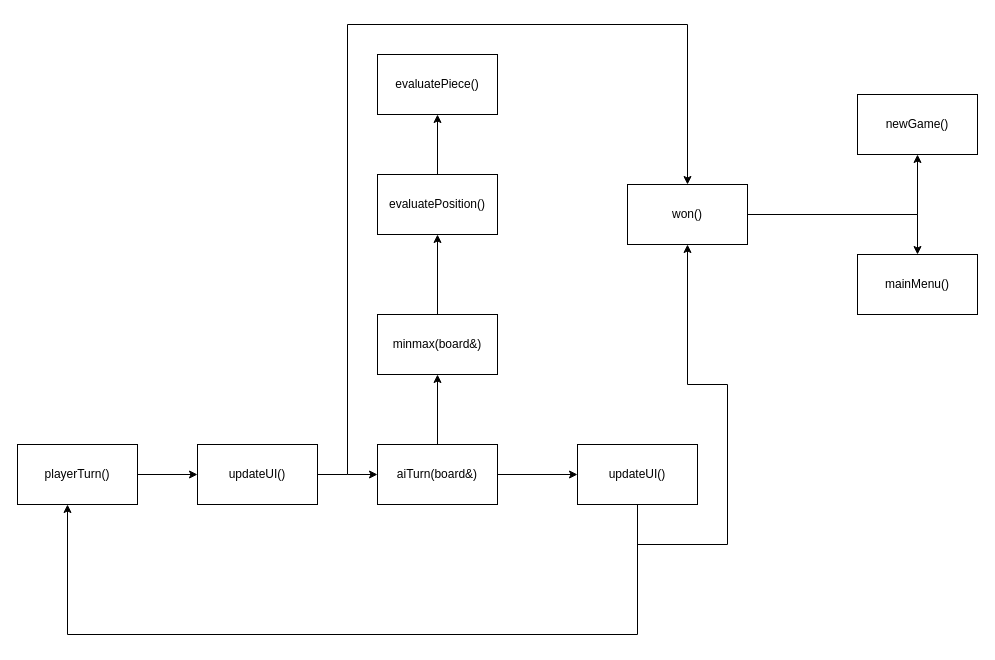
Before: proiect.drawio in Aersuy/Calculator, a draw.io diagram. Source tidied: cells renumbered, new cells numbered last; positions are measured from the earlier drawing's top-left corner, leaving out a move shared by most shapes. Both pictures are drawn from the tidied source at 100%, with x=0, y=0 at pixel (17, 24).
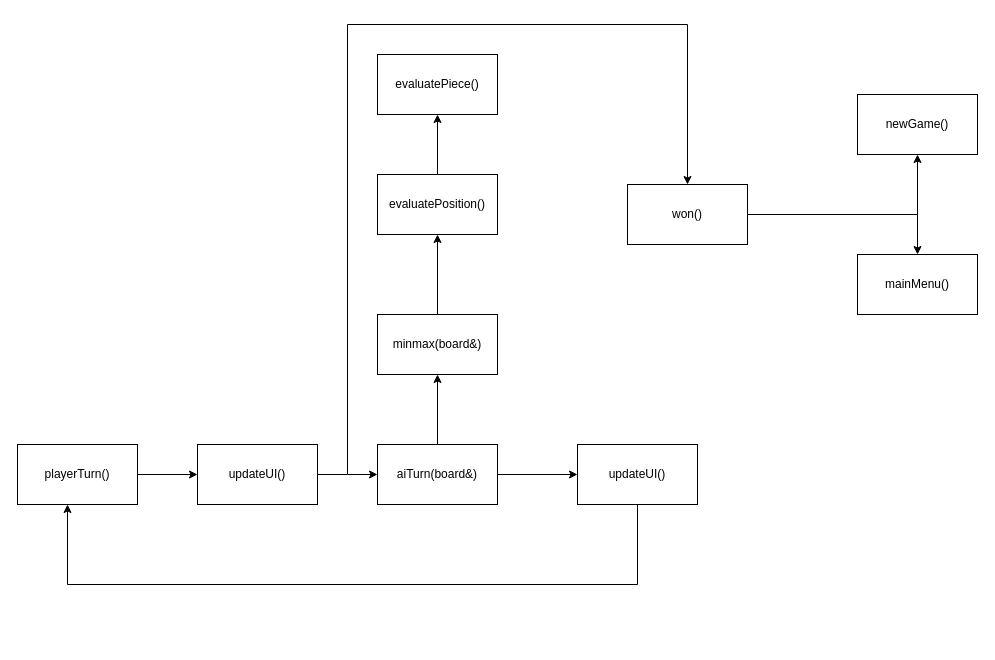
The same diagram, later.

Unchanged cells that the change refers to:
```xml
<mxCell id="11" value="updateUI()" style="rounded=0;whiteSpace=wrap;html=1;" parent="1" vertex="1">
  <mxGeometry x="560" y="420" width="120" height="60" as="geometry" />
</mxCell>
<mxCell id="13" value="playerTurn()" style="rounded=0;whiteSpace=wrap;html=1;" parent="1" vertex="1">
  <mxGeometry y="420" width="120" height="60" as="geometry" />
</mxCell>
<mxCell id="16" value="won()" style="rounded=0;whiteSpace=wrap;html=1;" parent="1" vertex="1">
  <mxGeometry x="610" y="160" width="120" height="60" as="geometry" />
</mxCell>
```

Change to the diagram source:
```diff
@@
-    <mxCell id="10" style="edgeStyle=orthogonalEdgeStyle;rounded=0;jettySize=auto;html=1;" parent="1" edge="1" source="11" target="13">
+    <mxCell id="10" style="edgeStyle=orthogonalEdgeStyle;rounded=0;jettySize=auto;html=1;exitX=0.5;exitY=1;exitDx=0;exitDy=0;" parent="1" edge="1" source="11" target="13">
       <mxGeometry relative="1" as="geometry">
         <Array as="points">
-          <mxPoint x="620" y="610" />
-          <mxPoint x="50" y="610" />
+          <mxPoint x="620" y="560" />
+          <mxPoint x="50" y="560" />
         </Array>
       </mxGeometry>
     </mxCell>
@@
-    <mxCell id="18" style="endArrow=classic;html=1;rounded=0;entryX=0.5;entryY=1;entryDx=0;entryDy=0;" parent="1" edge="1" target="16">
-      <mxGeometry relative="1" as="geometry">
-        <mxPoint x="620" y="520" as="sourcePoint" />
-        <Array as="points">
-          <mxPoint x="710" y="520" />
-          <mxPoint x="710" y="360" />
-          <mxPoint x="670" y="360" />
-        </Array>
-      </mxGeometry>
-    </mxCell>
```
